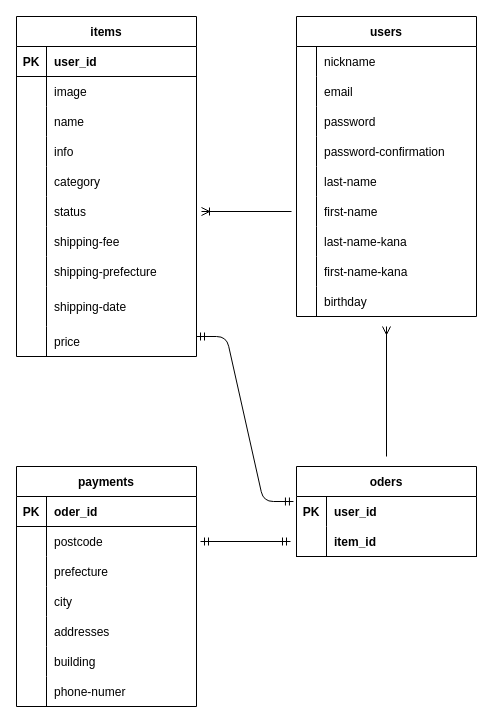
Above: dbcreate.dio in keiakamom/furima-39099 (draw.io), before the change. Source tidied: cells renumbered, new cells numbered last; positions are measured from the earlier drawing's top-left corner, leaving out a move shared by most shapes. Both pictures are drawn from the tidied source at 100%, with x=0, y=0 at pixel (16, 16).
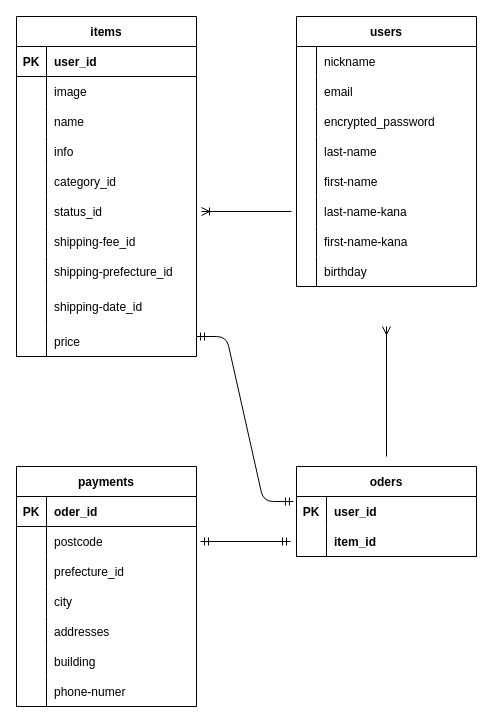
The same diagram, later.

Commit message (it also covers changes not shown here):
データベース設計の修正１

The change refers to these unchanged cells:
```xml
<mxCell id="15" style="shape=tableRow;horizontal=0;startSize=0;swimlaneHead=0;swimlaneBody=0;fillColor=none;top=0;left=0;right=0;bottom=0;" parent="2" vertex="1">
  <mxGeometry y="150" width="180" height="30" as="geometry" />
</mxCell>
<mxCell id="18" style="shape=tableRow;horizontal=0;startSize=0;swimlaneHead=0;swimlaneBody=0;fillColor=none;top=0;left=0;right=0;bottom=0;" parent="2" vertex="1">
  <mxGeometry y="180" width="180" height="30" as="geometry" />
</mxCell>
<mxCell id="21" style="shape=tableRow;horizontal=0;startSize=0;swimlaneHead=0;swimlaneBody=0;fillColor=none;top=0;left=0;right=0;bottom=0;" parent="2" vertex="1">
  <mxGeometry y="210" width="180" height="30" as="geometry" />
</mxCell>
<mxCell id="24" style="shape=tableRow;horizontal=0;startSize=0;swimlaneHead=0;swimlaneBody=0;fillColor=none;top=0;left=0;right=0;bottom=0;" parent="2" vertex="1">
  <mxGeometry y="240" width="180" height="30" as="geometry" />
</mxCell>
<mxCell id="27" style="shape=tableRow;horizontal=0;startSize=0;swimlaneHead=0;swimlaneBody=0;fillColor=none;top=0;left=0;right=0;bottom=0;" parent="2" vertex="1">
  <mxGeometry y="270" width="180" height="40" as="geometry" />
</mxCell>
<mxCell id="40" style="shape=tableRow;horizontal=0;startSize=0;swimlaneHead=0;swimlaneBody=0;fillColor=none;top=0;left=0;right=0;bottom=0;" parent="33" vertex="1">
  <mxGeometry y="90" width="180" height="30" as="geometry" />
</mxCell>
<mxCell id="68" style="shape=tableRow;horizontal=0;startSize=0;swimlaneHead=0;swimlaneBody=0;fillColor=none;top=0;left=0;right=0;bottom=0;" parent="61" vertex="1">
  <mxGeometry y="90" width="180" height="30" as="geometry" />
</mxCell>
```

What changed in the source:
```diff
@@
-    <mxCell id="17" value="category" style="shape=partialRectangle;fillColor=none;top=0;left=0;bottom=0;right=0;align=left;spacingLeft=6;overflow=hidden;" parent="15" vertex="1">
+    <mxCell id="17" value="category_id" style="shape=partialRectangle;fillColor=none;top=0;left=0;bottom=0;right=0;align=left;spacingLeft=6;overflow=hidden;" parent="15" vertex="1">
       <mxGeometry x="30" width="150" height="30" as="geometry" />
     </mxCell>
@@
-    <mxCell id="20" value="status" style="shape=partialRectangle;fillColor=none;top=0;left=0;bottom=0;right=0;align=left;spacingLeft=6;overflow=hidden;" parent="18" vertex="1">
+    <mxCell id="20" value="status_id" style="shape=partialRectangle;fillColor=none;top=0;left=0;bottom=0;right=0;align=left;spacingLeft=6;overflow=hidden;" parent="18" vertex="1">
       <mxGeometry x="30" width="150" height="30" as="geometry" />
     </mxCell>
@@
-    <mxCell id="23" value="shipping-fee" style="shape=partialRectangle;fillColor=none;top=0;left=0;bottom=0;right=0;align=left;spacingLeft=6;overflow=hidden;" parent="21" vertex="1">
+    <mxCell id="23" value="shipping-fee_id" style="shape=partialRectangle;fillColor=none;top=0;left=0;bottom=0;right=0;align=left;spacingLeft=6;overflow=hidden;" parent="21" vertex="1">
       <mxGeometry x="30" width="150" height="30" as="geometry" />
     </mxCell>
@@
-    <mxCell id="26" value="shipping-prefecture" style="shape=partialRectangle;fillColor=none;top=0;left=0;bottom=0;right=0;align=left;spacingLeft=6;overflow=hidden;" parent="24" vertex="1">
+    <mxCell id="26" value="shipping-prefecture_id" style="shape=partialRectangle;fillColor=none;top=0;left=0;bottom=0;right=0;align=left;spacingLeft=6;overflow=hidden;" parent="24" vertex="1">
       <mxGeometry x="30" width="150" height="30" as="geometry" />
     </mxCell>
@@
-    <mxCell id="29" value="shipping-date" style="shape=partialRectangle;fillColor=none;top=0;left=0;bottom=0;right=0;align=left;spacingLeft=6;overflow=hidden;" parent="27" vertex="1">
+    <mxCell id="29" value="shipping-date_id" style="shape=partialRectangle;fillColor=none;top=0;left=0;bottom=0;right=0;align=left;spacingLeft=6;overflow=hidden;" parent="27" vertex="1">
       <mxGeometry x="30" width="150" height="40" as="geometry" />
     </mxCell>
@@
     <mxCell id="33" value="users" style="shape=table;startSize=30;childLayout=tableLayout;rowLines=0;fontStyle=1;align=center;" parent="1" vertex="1">
-      <mxGeometry x="280" width="180" height="300" as="geometry" />
+      <mxGeometry x="280" width="180" height="270" as="geometry" />
     </mxCell>
@@
-    <mxCell id="42" value="password" style="shape=partialRectangle;fillColor=none;top=0;left=0;bottom=0;right=0;align=left;spacingLeft=6;overflow=hidden;" parent="40" vertex="1">
+    <mxCell id="42" value="encrypted_password" style="shape=partialRectangle;fillColor=none;top=0;left=0;bottom=0;right=0;align=left;spacingLeft=6;overflow=hidden;" parent="40" vertex="1">
       <mxGeometry x="20" width="160" height="30" as="geometry" />
     </mxCell>
-    <mxCell id="43" style="shape=tableRow;horizontal=0;startSize=0;swimlaneHead=0;swimlaneBody=0;fillColor=none;top=0;left=0;right=0;bottom=0;" parent="33" vertex="1">
-      <mxGeometry y="120" width="180" height="30" as="geometry" />
-    </mxCell>
-    <mxCell id="44" style="shape=partialRectangle;fillColor=none;top=0;left=0;bottom=0;right=0;overflow=hidden;" parent="43" vertex="1">
-      <mxGeometry width="20" height="30" as="geometry" />
-    </mxCell>
-    <mxCell id="45" value="password-confirmation" style="shape=partialRectangle;fillColor=none;top=0;left=0;bottom=0;right=0;align=left;spacingLeft=6;overflow=hidden;" parent="43" vertex="1">
-      <mxGeometry x="20" width="160" height="30" as="geometry" />
-    </mxCell>
     <mxCell id="46" style="shape=tableRow;horizontal=0;startSize=0;swimlaneHead=0;swimlaneBody=0;fillColor=none;top=0;left=0;right=0;bottom=0;" parent="33" vertex="1">
-      <mxGeometry y="150" width="180" height="30" as="geometry" />
+      <mxGeometry y="120" width="180" height="30" as="geometry" />
     </mxCell>
@@
     <mxCell id="49" style="shape=tableRow;horizontal=0;startSize=0;swimlaneHead=0;swimlaneBody=0;fillColor=none;top=0;left=0;right=0;bottom=0;" parent="33" vertex="1">
-      <mxGeometry y="180" width="180" height="30" as="geometry" />
+      <mxGeometry y="150" width="180" height="30" as="geometry" />
     </mxCell>
@@
     <mxCell id="52" style="shape=tableRow;horizontal=0;startSize=0;swimlaneHead=0;swimlaneBody=0;fillColor=none;top=0;left=0;right=0;bottom=0;" parent="33" vertex="1">
-      <mxGeometry y="210" width="180" height="30" as="geometry" />
+      <mxGeometry y="180" width="180" height="30" as="geometry" />
     </mxCell>
@@
     <mxCell id="55" style="shape=tableRow;horizontal=0;startSize=0;swimlaneHead=0;swimlaneBody=0;fillColor=none;top=0;left=0;right=0;bottom=0;" parent="33" vertex="1">
-      <mxGeometry y="240" width="180" height="30" as="geometry" />
+      <mxGeometry y="210" width="180" height="30" as="geometry" />
     </mxCell>
@@
     <mxCell id="58" style="shape=tableRow;horizontal=0;startSize=0;swimlaneHead=0;swimlaneBody=0;fillColor=none;top=0;left=0;right=0;bottom=0;" parent="33" vertex="1">
-      <mxGeometry y="270" width="180" height="30" as="geometry" />
+      <mxGeometry y="240" width="180" height="30" as="geometry" />
     </mxCell>
@@
-    <mxCell id="70" value="prefecture" style="shape=partialRectangle;fillColor=none;top=0;left=0;bottom=0;right=0;align=left;spacingLeft=6;overflow=hidden;" parent="68" vertex="1">
+    <mxCell id="70" value="prefecture_id" style="shape=partialRectangle;fillColor=none;top=0;left=0;bottom=0;right=0;align=left;spacingLeft=6;overflow=hidden;" parent="68" vertex="1">
       <mxGeometry x="30" width="150" height="30" as="geometry" />
     </mxCell>
```
